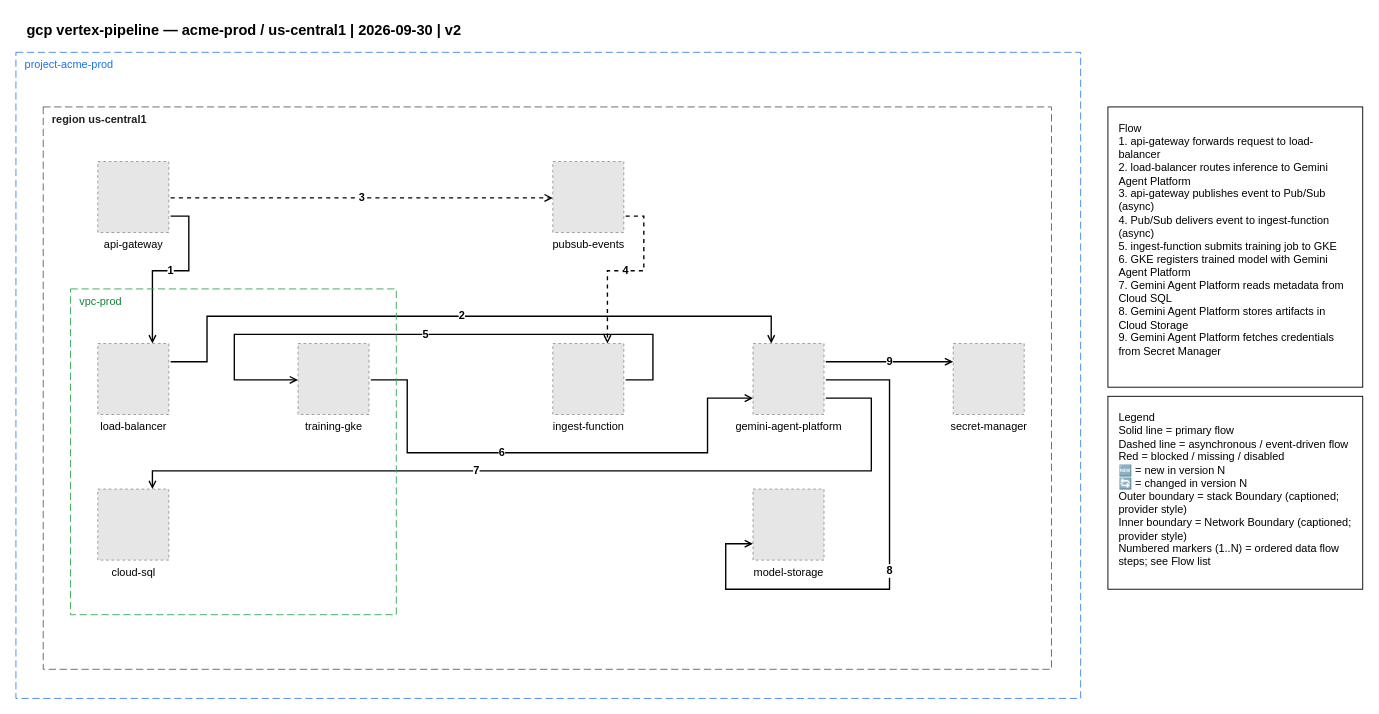
totoshko88/Cloud_Architecture keeps this draw.io diagram as examples/gcp/01-gcp-vertex-pipeline.drawio. Above is the earlier version. Source tidied: cells renumbered, new cells numbered last; positions are measured from the earlier drawing's top-left corner, leaving out a move shared by most shapes. Both pictures are drawn from the tidied source at 91%, with x=0, y=0 at pixel (15, 15). Pictures stored in the file or linked from it are replaced by grey dashed boxes.
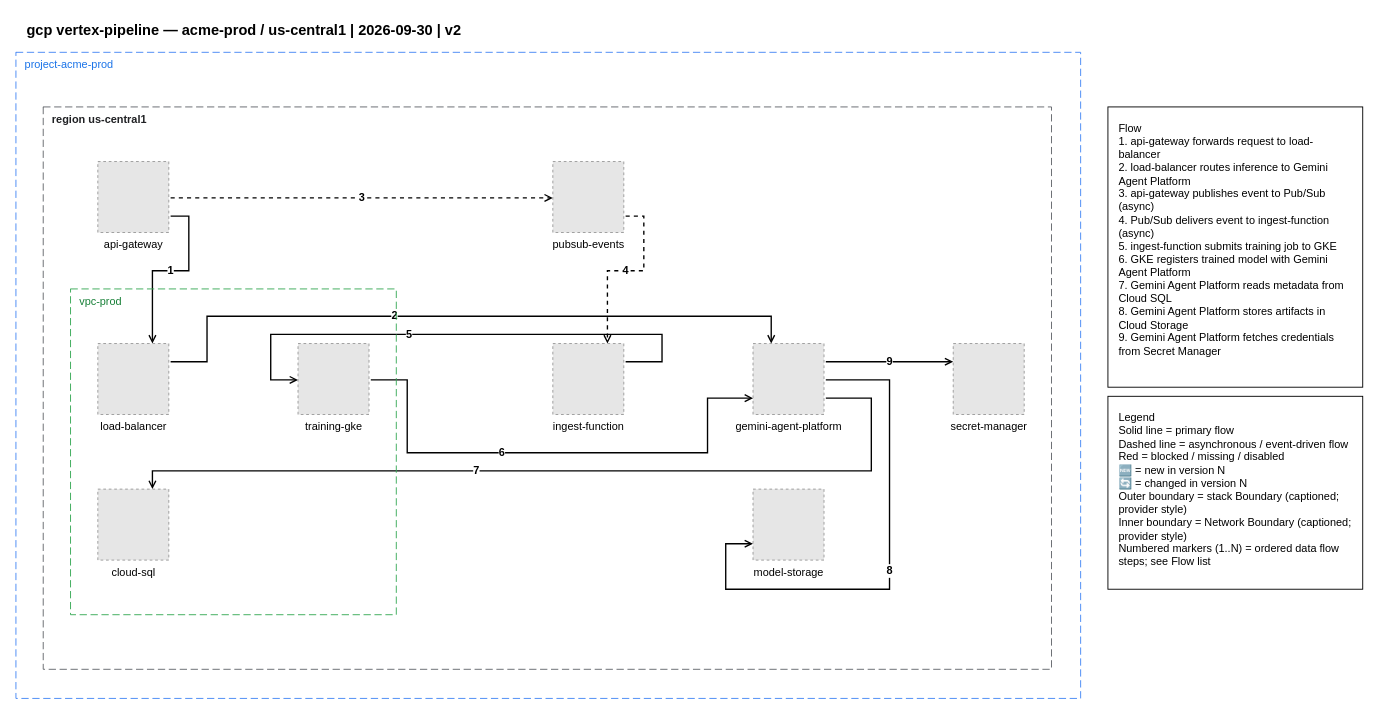
After the change.

The change refers to these unchanged cells:
```xml
<mxCell id="16" value="load-balancer" style="fillColor=#E6E6E6;strokeColor=#999999;dashed=1;verticalLabelPosition=bottom;verticalAlign=top;html=1;align=center;fontSize=12;labelBackgroundColor=#FFFFFF;" parent="14" vertex="1">
  <mxGeometry x="30" y="60" width="78" height="78" as="geometry" />
</mxCell>
<mxCell id="17" value="training-gke" style="fillColor=#E6E6E6;strokeColor=#999999;dashed=1;verticalLabelPosition=bottom;verticalAlign=top;html=1;align=center;fontSize=12;labelBackgroundColor=#FFFFFF;" parent="14" vertex="1">
  <mxGeometry x="250" y="60" width="78" height="78" as="geometry" />
</mxCell>
<mxCell id="20" value="ingest-function" style="fillColor=#E6E6E6;strokeColor=#999999;dashed=1;verticalLabelPosition=bottom;verticalAlign=top;html=1;align=center;fontSize=12;labelBackgroundColor=#FFFFFF;" parent="13" vertex="1">
  <mxGeometry x="560" y="260" width="78" height="78" as="geometry" />
</mxCell>
<mxCell id="21" value="gemini-agent-platform" style="fillColor=#E6E6E6;strokeColor=#999999;dashed=1;verticalLabelPosition=bottom;verticalAlign=top;html=1;align=center;fontSize=12;labelBackgroundColor=#FFFFFF;" parent="13" vertex="1">
  <mxGeometry x="780" y="260" width="78" height="78" as="geometry" />
</mxCell>
```

What changed in the source:
```diff
@@
     <mxCell id="4" value="2" style="edgeStyle=orthogonalEdgeStyle;rounded=0;html=1;endArrow=open;endFill=0;strokeWidth=1.5;exitX=1.0256410256410255;exitY=0.2564102564102564;exitDx=0;exitDy=0;exitPerimeter=0;entryX=0.2564102564102564;entryY=0.0;entryDx=0;entryDy=0;fontSize=12;fontStyle=1;" parent="1" edge="1" source="16" target="21">
-      <mxGeometry relative="1" as="geometry">
+      <mxGeometry x="-0.2" relative="1" as="geometry">
         <Array as="points">
           <mxPoint x="210" y="380" />
           <mxPoint x="210" y="330" />
           <mxPoint x="830" y="330" />
         </Array>
       </mxGeometry>
     </mxCell>
@@
-    <mxCell id="7" value="5" style="edgeStyle=orthogonalEdgeStyle;rounded=0;html=1;endArrow=open;endFill=0;strokeWidth=1.5;exitX=1.0256410256410255;exitY=0.5128205128205128;exitDx=0;exitDy=0;exitPerimeter=0;entryX=0.0;entryY=0.5128205128205128;entryDx=0;entryDy=0;fontSize=12;fontStyle=1;" parent="1" edge="1" source="20" target="17">
-      <mxGeometry relative="1" as="geometry">
+    <mxCell id="7" value="5" style="edgeStyle=orthogonalEdgeStyle;rounded=0;html=1;endArrow=open;endFill=0;strokeWidth=1.5;exitX=1.0256410256410255;exitY=0.2564102564102564;exitDx=0;exitDy=0;exitPerimeter=0;entryX=0.0;entryY=0.5128205128205128;entryDx=0;entryDy=0;fontSize=12;fontStyle=1;" parent="1" edge="1" source="20" target="17">
+      <mxGeometry x="0.2" relative="1" as="geometry">
         <Array as="points">
-          <mxPoint x="700" y="400" />
-          <mxPoint x="700" y="350" />
-          <mxPoint x="240" y="350" />
-          <mxPoint x="240" y="400" />
+          <mxPoint x="710" y="380" />
+          <mxPoint x="710" y="350" />
+          <mxPoint x="280" y="350" />
+          <mxPoint x="280" y="400" />
         </Array>
       </mxGeometry>
     </mxCell>
```
